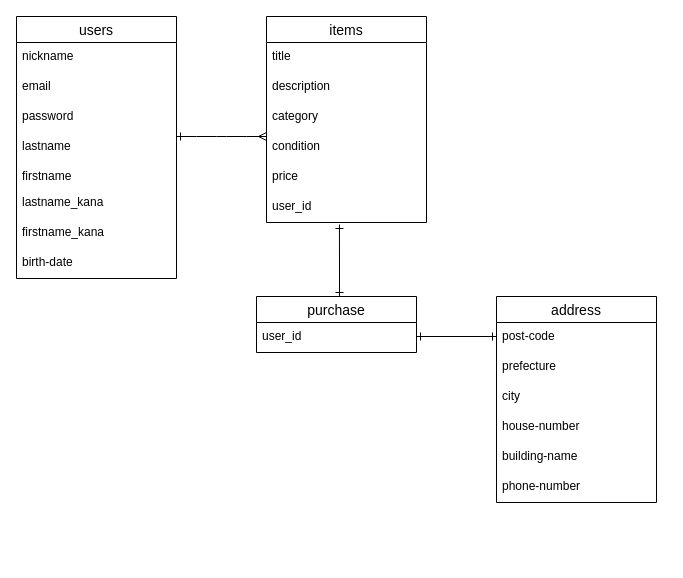
Before: tables.dio in Suchon4031/furima-39308, a draw.io diagram. Source tidied: cells renumbered, new cells numbered last; positions are measured from the earlier drawing's top-left corner, leaving out a move shared by most shapes. Both pictures are drawn from the tidied source at 100%, with x=0, y=0 at pixel (16, 16).
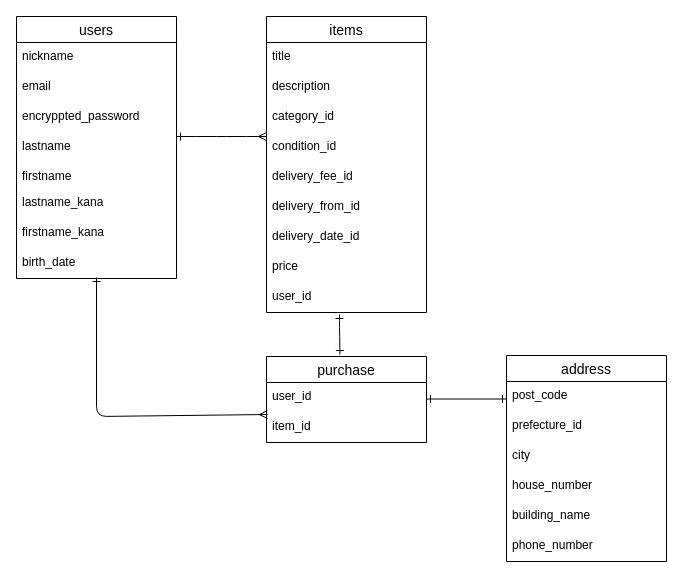
The same page after the edit.

Commit message (it also covers changes not shown here):
ER図とREADMEの修正①

Unchanged cells that the change refers to:
```xml
<mxCell id="2" value="users" style="swimlane;fontStyle=0;horizontal=1;startSize=26;align=center;fontSize=14;" parent="1" vertex="1">
  <mxGeometry width="160" height="262" as="geometry" />
</mxCell>
```

What changed in the source:
```diff
@@
-    <mxCell id="5" value="password&#10;" style="text;strokeColor=none;fillColor=none;spacingLeft=4;spacingRight=4;overflow=hidden;fontSize=12;" parent="2" vertex="1">
+    <mxCell id="5" value="encryppted_password&#10;" style="text;strokeColor=none;fillColor=none;spacingLeft=4;spacingRight=4;overflow=hidden;fontSize=12;" parent="2" vertex="1">
       <mxGeometry y="86" width="160" height="30" as="geometry" />
     </mxCell>
@@
-    <mxCell id="10" value="birth-date" style="text;strokeColor=none;fillColor=none;spacingLeft=4;spacingRight=4;overflow=hidden;points=[[0,0.5],[1,0.5]];portConstraint=eastwest;fontSize=12;" parent="2" vertex="1">
+    <mxCell id="10" value="birth_date" style="text;strokeColor=none;fillColor=none;spacingLeft=4;spacingRight=4;overflow=hidden;points=[[0,0.5],[1,0.5]];portConstraint=eastwest;fontSize=12;" parent="2" vertex="1">
       <mxGeometry y="232" width="160" height="30" as="geometry" />
     </mxCell>
     <mxCell id="11" value="items" style="swimlane;fontStyle=0;horizontal=1;startSize=26;align=center;fontSize=14;" parent="1" vertex="1">
-      <mxGeometry x="250" width="160" height="206" as="geometry" />
+      <mxGeometry x="250" width="160" height="296" as="geometry" />
     </mxCell>
@@
-    <mxCell id="14" value="category" style="text;strokeColor=none;fillColor=none;spacingLeft=4;spacingRight=4;overflow=hidden;fontSize=12;" parent="11" vertex="1">
+    <mxCell id="14" value="category_id" style="text;strokeColor=none;fillColor=none;spacingLeft=4;spacingRight=4;overflow=hidden;fontSize=12;" parent="11" vertex="1">
       <mxGeometry y="86" width="160" height="30" as="geometry" />
     </mxCell>
-    <mxCell id="15" value="condition" style="text;strokeColor=none;fillColor=none;spacingLeft=4;spacingRight=4;overflow=hidden;fontSize=12;" parent="11" vertex="1">
+    <mxCell id="15" value="condition_id" style="text;strokeColor=none;fillColor=none;spacingLeft=4;spacingRight=4;overflow=hidden;fontSize=12;" parent="11" vertex="1">
       <mxGeometry y="116" width="160" height="30" as="geometry" />
     </mxCell>
+    <mxCell id="30" value="delivery_fee_id" style="text;strokeColor=none;fillColor=none;spacingLeft=4;spacingRight=4;overflow=hidden;fontSize=12;" parent="11" vertex="1">
+      <mxGeometry y="146" width="160" height="30" as="geometry" />
+    </mxCell>
+    <mxCell id="31" value="delivery_from_id" style="text;strokeColor=none;fillColor=none;spacingLeft=4;spacingRight=4;overflow=hidden;fontSize=12;" parent="11" vertex="1">
+      <mxGeometry y="176" width="160" height="30" as="geometry" />
+    </mxCell>
+    <mxCell id="32" value="delivery_date_id" style="text;strokeColor=none;fillColor=none;spacingLeft=4;spacingRight=4;overflow=hidden;fontSize=12;" parent="11" vertex="1">
+      <mxGeometry y="206" width="160" height="30" as="geometry" />
+    </mxCell>
     <mxCell id="16" value="price" style="text;strokeColor=none;fillColor=none;spacingLeft=4;spacingRight=4;overflow=hidden;fontSize=12;" parent="11" vertex="1">
-      <mxGeometry y="146" width="160" height="30" as="geometry" />
+      <mxGeometry y="236" width="160" height="30" as="geometry" />
     </mxCell>
     <mxCell id="17" value="user_id" style="text;strokeColor=none;fillColor=none;spacingLeft=4;spacingRight=4;overflow=hidden;points=[[0,0.5],[1,0.5]];portConstraint=eastwest;fontSize=12;" parent="11" vertex="1">
-      <mxGeometry y="176" width="160" height="30" as="geometry" />
+      <mxGeometry y="266" width="160" height="30" as="geometry" />
     </mxCell>
     <mxCell id="18" value="purchase" style="swimlane;fontStyle=0;horizontal=1;startSize=26;align=center;fontSize=14;" parent="1" vertex="1">
-      <mxGeometry x="240" y="280" width="160" height="56" as="geometry" />
+      <mxGeometry x="250" y="340" width="160" height="86" as="geometry" />
     </mxCell>
@@
+    <mxCell id="33" value="item_id" style="text;strokeColor=none;fillColor=none;spacingLeft=4;spacingRight=4;overflow=hidden;points=[[0,0.5],[1,0.5]];portConstraint=eastwest;fontSize=12;" parent="18" vertex="1">
+      <mxGeometry y="56" width="160" height="30" as="geometry" />
+    </mxCell>
     <mxCell id="20" value="address" style="swimlane;fontStyle=0;horizontal=1;startSize=26;align=center;fontSize=14;" parent="1" vertex="1">
-      <mxGeometry x="480" y="280" width="160" height="206" as="geometry" />
+      <mxGeometry x="490" y="339" width="160" height="206" as="geometry" />
     </mxCell>
-    <mxCell id="21" value="post-code" style="text;strokeColor=none;fillColor=none;spacingLeft=4;spacingRight=4;overflow=hidden;fontSize=12;" parent="20" vertex="1">
+    <mxCell id="21" value="post_code" style="text;strokeColor=none;fillColor=none;spacingLeft=4;spacingRight=4;overflow=hidden;fontSize=12;" parent="20" vertex="1">
       <mxGeometry y="26" width="160" height="30" as="geometry" />
     </mxCell>
-    <mxCell id="22" value="prefecture" style="text;strokeColor=none;fillColor=none;spacingLeft=4;spacingRight=4;overflow=hidden;fontSize=12;" parent="20" vertex="1">
+    <mxCell id="22" value="prefecture_id" style="text;strokeColor=none;fillColor=none;spacingLeft=4;spacingRight=4;overflow=hidden;fontSize=12;" parent="20" vertex="1">
       <mxGeometry y="56" width="160" height="30" as="geometry" />
     </mxCell>
@@
-    <mxCell id="24" value="house-number" style="text;strokeColor=none;fillColor=none;spacingLeft=4;spacingRight=4;overflow=hidden;fontSize=12;" parent="20" vertex="1">
+    <mxCell id="24" value="house_number" style="text;strokeColor=none;fillColor=none;spacingLeft=4;spacingRight=4;overflow=hidden;fontSize=12;" parent="20" vertex="1">
       <mxGeometry y="116" width="160" height="30" as="geometry" />
     </mxCell>
-    <mxCell id="25" value="building-name" style="text;strokeColor=none;fillColor=none;spacingLeft=4;spacingRight=4;overflow=hidden;fontSize=12;" parent="20" vertex="1">
+    <mxCell id="25" value="building_name" style="text;strokeColor=none;fillColor=none;spacingLeft=4;spacingRight=4;overflow=hidden;fontSize=12;" parent="20" vertex="1">
       <mxGeometry y="146" width="160" height="30" as="geometry" />
     </mxCell>
-    <mxCell id="26" value="phone-number" style="text;strokeColor=none;fillColor=none;spacingLeft=4;spacingRight=4;overflow=hidden;fontSize=12;" parent="20" vertex="1">
+    <mxCell id="26" value="phone_number" style="text;strokeColor=none;fillColor=none;spacingLeft=4;spacingRight=4;overflow=hidden;fontSize=12;" parent="20" vertex="1">
       <mxGeometry y="176" width="160" height="30" as="geometry" />
     </mxCell>
@@
-    <mxCell id="28" style="fontSize=12;html=1;endArrow=ERone;startArrow=ERone;entryX=0.456;entryY=1.067;entryDx=0;entryDy=0;entryPerimeter=0;startFill=0;endFill=0;" parent="1" edge="1" target="17">
+    <mxCell id="28" style="fontSize=12;html=1;endArrow=ERone;startArrow=ERone;entryX=0.456;entryY=1.067;entryDx=0;entryDy=0;entryPerimeter=0;startFill=0;endFill=0;exitX=0.459;exitY=-0.023;exitDx=0;exitDy=0;exitPerimeter=0;" parent="1" edge="1" source="18" target="17">
       <mxGeometry relative="1" as="geometry">
-        <mxPoint x="323" y="280" as="sourcePoint" />
+        <Array as="points">
+          <mxPoint x="323" y="310" />
+        </Array>
       </mxGeometry>
     </mxCell>
     <mxCell id="29" style="fontSize=12;html=1;endArrow=ERone;startArrow=ERone;startFill=0;endFill=0;" parent="1" edge="1">
       <mxGeometry relative="1" as="geometry">
-        <mxPoint x="400" y="320" as="sourcePoint" />
-        <mxPoint x="480" y="320" as="targetPoint" />
+        <mxPoint x="410" y="382.5" as="sourcePoint" />
+        <mxPoint x="490" y="382.5" as="targetPoint" />
       </mxGeometry>
     </mxCell>
+    <mxCell id="34" style="fontSize=12;html=1;endArrow=ERmany;startArrow=ERone;startFill=0;endFill=0;entryX=0.006;entryY=0.067;entryDx=0;entryDy=0;entryPerimeter=0;exitX=0.5;exitY=0.967;exitDx=0;exitDy=0;exitPerimeter=0;" parent="1" edge="1" source="10" target="33">
+      <mxGeometry relative="1" as="geometry">
+        <Array as="points">
+          <mxPoint x="80" y="400" />
+        </Array>
+      </mxGeometry>
+    </mxCell>
```
